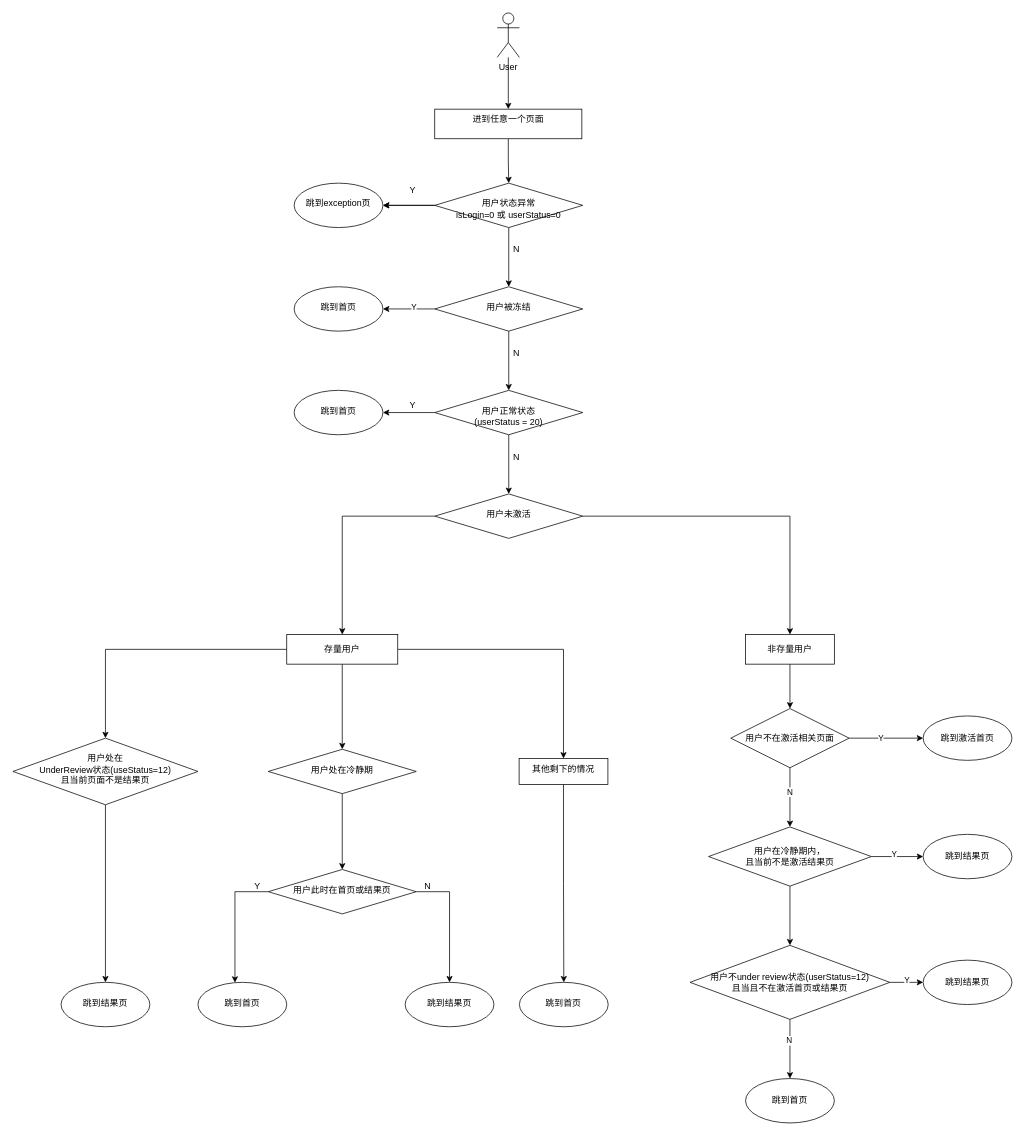
Earlier version of the draw.io diagram FES_PC_页面判断逻辑.drawio (landiy/drawio-repo). Source tidied: cells renumbered, new cells numbered last; positions are measured from the earlier drawing's top-left corner, leaving out a move shared by most shapes. Both pictures are drawn from the tidied source at 74%, with x=0, y=0 at pixel (13, 13).
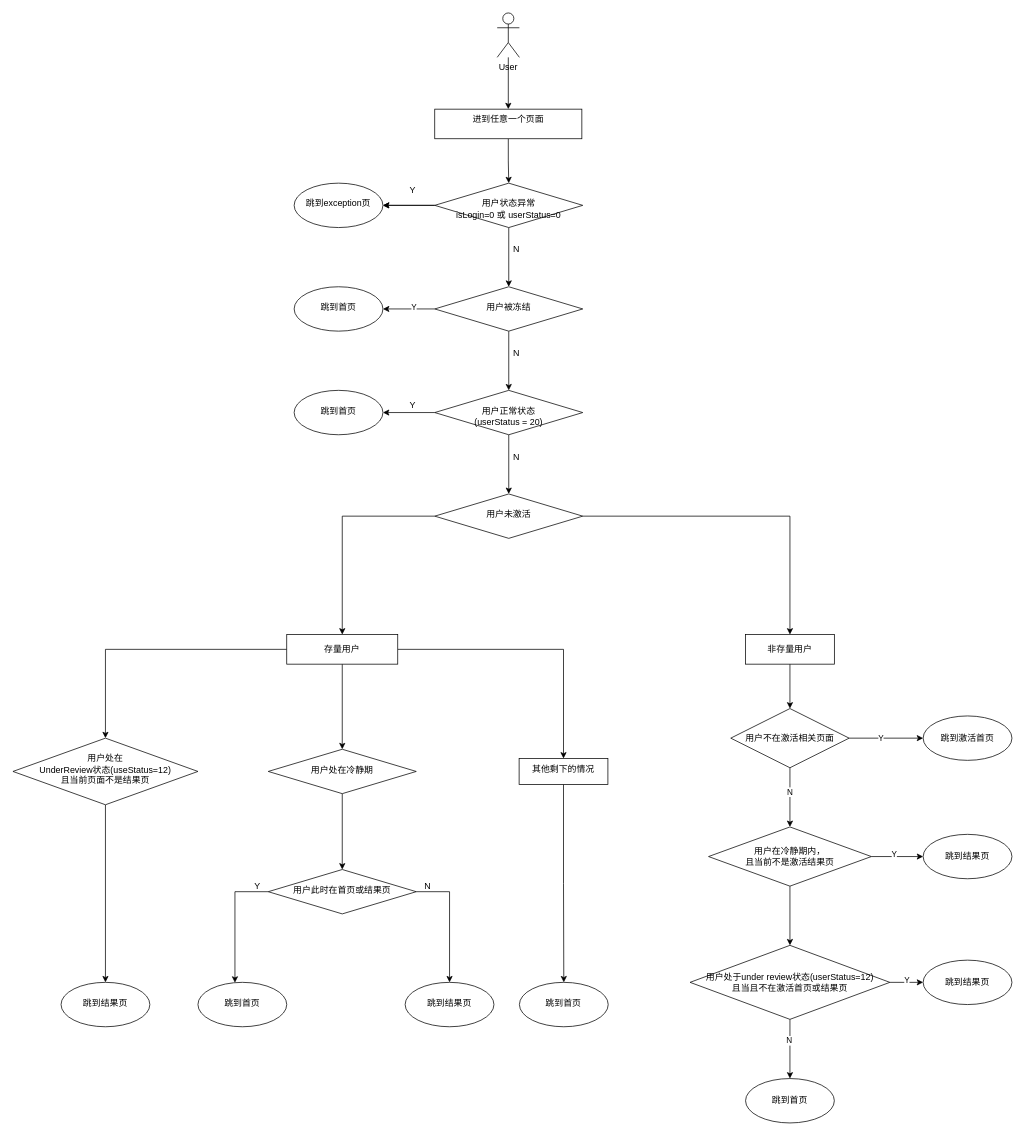
The same diagram, later.

Commit message (it also covers changes not shown here):
Update FES_PC_页面判断逻辑.drawio

The edit, as a diff of the source:
```diff
@@
-    <mxCell id="63" value="用户不under review状态(userStatus=12)&lt;br&gt;且当且不在激活首页或结果页" style="rhombus;whiteSpace=wrap;html=1;rounded=0;" parent="1" vertex="1">
+    <mxCell id="63" value="用户处于under review状态(userStatus=12)&lt;br&gt;且当且不在激活首页或结果页" style="rhombus;whiteSpace=wrap;html=1;rounded=0;" parent="1" vertex="1">
       <mxGeometry x="915" y="1260" width="270" height="100" as="geometry" />
     </mxCell>
```
